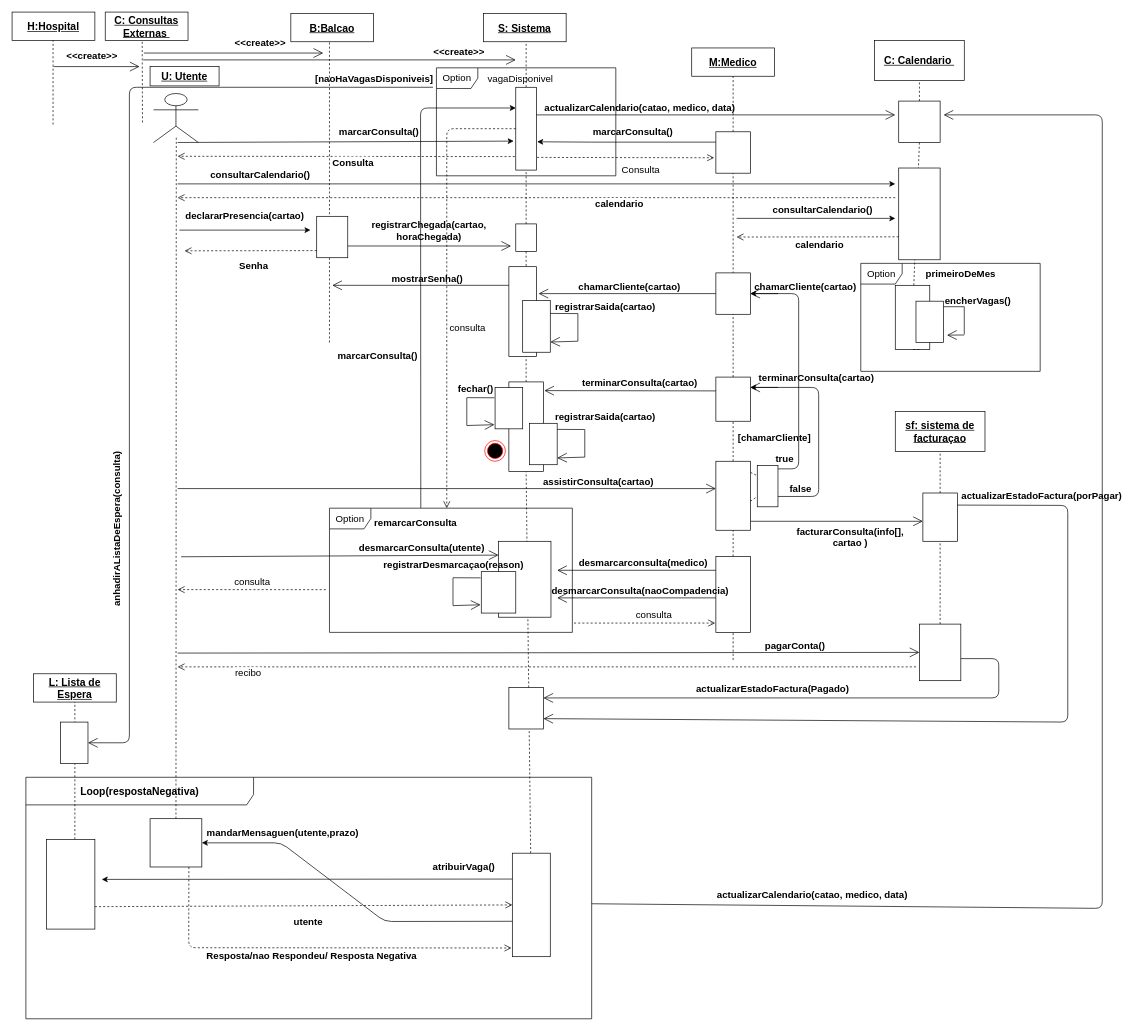
The draw.io diagram DiagramaDeSequencia.drawio in getSierralta/Si-Centro-Hospitalar-Upskill, before the edit. Source tidied: cells renumbered, new cells numbered last; positions are measured from the earlier drawing's top-left corner, leaving out a move shared by most shapes. Both pictures are drawn from the tidied source at 69%, with x=0, y=0 at pixel (12, 12).
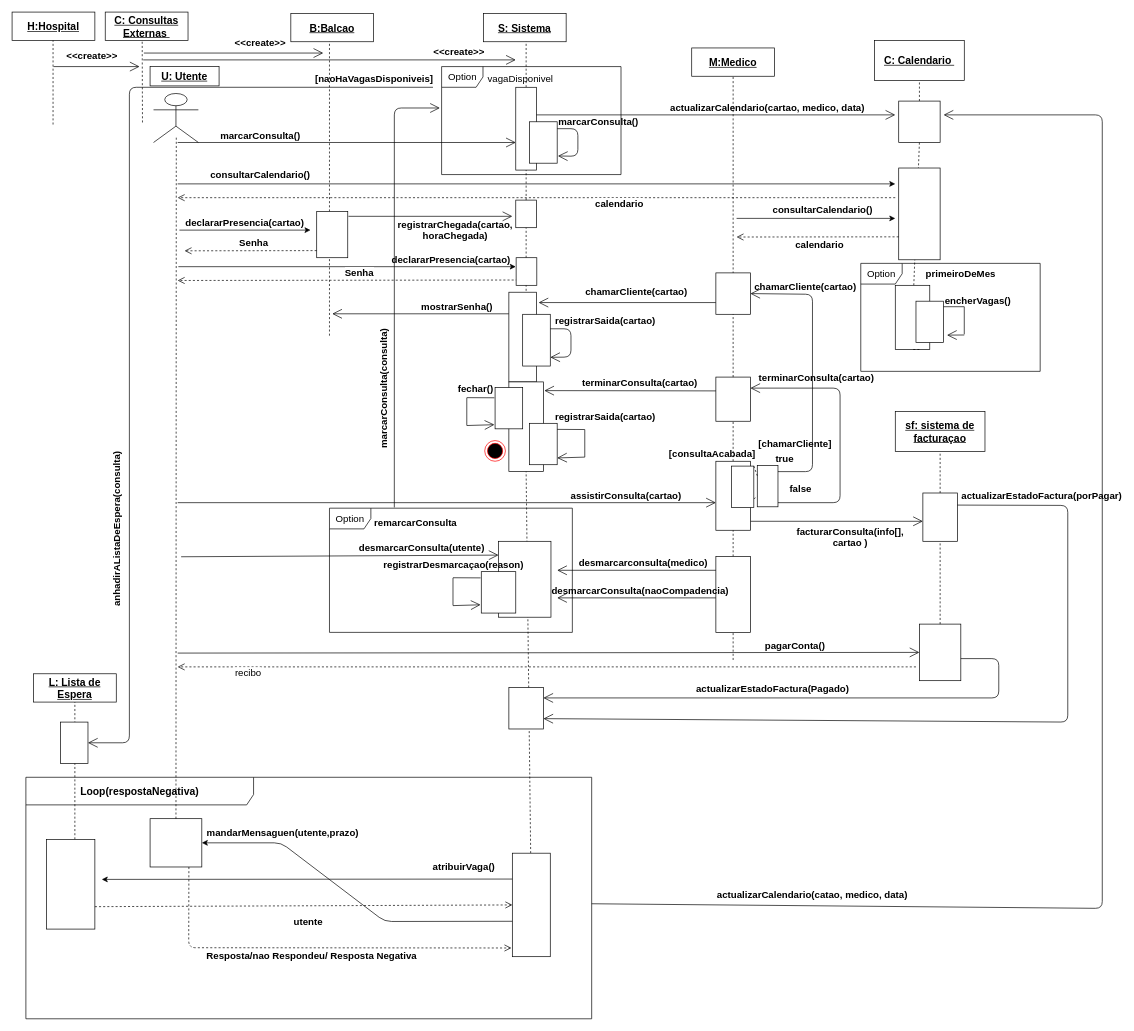
Above is the later version.

Commit message (it also covers changes not shown here):
ver 4. Declarar presencia automaticamente, correcçao no medico

Unchanged cells that the change refers to:
```xml
<mxCell id="3" value="M:Medico" style="text;html=1;align=center;verticalAlign=middle;whiteSpace=wrap;rounded=0;fontStyle=5;fillColor=#ffffff;strokeColor=#000000;fontSize=15;" parent="1" vertex="1">
  <mxGeometry x="985" y="52" width="120" height="41" as="geometry" />
</mxCell>
<mxCell id="40" style="rounded=0;whiteSpace=wrap;html=1;" parent="1" vertex="1">
  <mxGeometry x="1080" y="657" width="30" height="60" as="geometry" />
</mxCell>
<mxCell id="50" style="rounded=0;whiteSpace=wrap;html=1;" parent="1" vertex="1">
  <mxGeometry x="1020" y="529" width="50" height="64" as="geometry" />
</mxCell>
<mxCell id="56" style="rounded=0;whiteSpace=wrap;html=1;" parent="1" vertex="1">
  <mxGeometry x="1020" y="651" width="50" height="100" as="geometry" />
</mxCell>
<mxCell id="64" style="rounded=0;whiteSpace=wrap;html=1;" parent="1" vertex="1">
  <mxGeometry x="730" y="109" width="30" height="120" as="geometry" />
</mxCell>
<mxCell id="70" style="rounded=0;whiteSpace=wrap;html=1;strokeColor=#000000;fillColor=#ffffff;" parent="1" vertex="1">
  <mxGeometry x="1020" y="789" width="50" height="110" as="geometry" />
</mxCell>
<mxCell id="103" style="rounded=0;whiteSpace=wrap;html=1;" parent="1" vertex="1">
  <mxGeometry x="1020" y="378" width="50" height="60" as="geometry" />
</mxCell>
<mxCell id="124" value="Option" style="shape=umlFrame;whiteSpace=wrap;html=1;strokeColor=#000000;fillColor=#ffffff;fontSize=14;" parent="1" vertex="1">
  <mxGeometry x="460" y="719" width="352" height="180" as="geometry" />
</mxCell>
```

The edit, as a diff of the source:
```diff
@@
+    <mxCell id="144" value="Option" style="shape=umlFrame;whiteSpace=wrap;html=1;strokeColor=#000000;fillColor=#ffffff;fontSize=14;" parent="1" vertex="1">
+      <mxGeometry x="622.5" y="79" width="260" height="156.5" as="geometry" />
+    </mxCell>
@@
-    <mxCell id="6" style="endArrow=none;dashed=1;html=1;entryX=0.5;entryY=1;entryDx=0;entryDy=0;" parent="1" edge="1" source="98" target="3">
-      <mxGeometry relative="1" as="geometry" />
+    <mxCell id="6" style="endArrow=none;dashed=1;html=1;entryX=0.5;entryY=1;entryDx=0;entryDy=0;" parent="1" edge="1" target="3">
+      <mxGeometry relative="1" as="geometry">
+        <mxPoint x="1045" y="229" as="sourcePoint" />
+      </mxGeometry>
     </mxCell>
@@
     <mxCell id="8" value="declararPresencia(cartao)" style="text;html=1;strokeColor=none;fillColor=none;align=center;verticalAlign=middle;whiteSpace=wrap;rounded=0;fontStyle=1;fontSize=14;" parent="1" vertex="1">
-      <mxGeometry x="255" y="286" width="165" height="20" as="geometry" />
+      <mxGeometry x="255" y="296" width="165" height="20" as="geometry" />
     </mxCell>
     <mxCell id="9" style="endArrow=open;endFill=1;endSize=12;html=1;" parent="1" edge="1">
       <mxGeometry relative="1" as="geometry">
-        <mxPoint x="485.8" y="339" as="sourcePoint" />
-        <mxPoint x="723.2" y="339" as="targetPoint" />
+        <mxPoint x="487.5" y="296" as="sourcePoint" />
+        <mxPoint x="725" y="296" as="targetPoint" />
       </mxGeometry>
     </mxCell>
     <mxCell id="10" style="rounded=0;whiteSpace=wrap;html=1;" parent="1" vertex="1">
-      <mxGeometry x="730" y="307" width="30" height="40" as="geometry" />
+      <mxGeometry x="730" y="272.5" width="30" height="40" as="geometry" />
     </mxCell>
@@
     <mxCell id="12" style="endArrow=open;endFill=1;endSize=12;html=1;" parent="1" edge="1">
       <mxGeometry relative="1" as="geometry">
-        <mxPoint x="720" y="396" as="sourcePoint" />
-        <mxPoint x="464" y="396" as="targetPoint" />
+        <mxPoint x="720" y="437.3" as="sourcePoint" />
+        <mxPoint x="464" y="437.3" as="targetPoint" />
       </mxGeometry>
     </mxCell>
     <mxCell id="13" style="rounded=0;whiteSpace=wrap;html=1;" parent="1" vertex="1">
-      <mxGeometry x="720" y="369" width="40" height="130" as="geometry" />
+      <mxGeometry x="720" y="406" width="40" height="130" as="geometry" />
     </mxCell>
     <mxCell id="14" value="mostrarSenha()" style="text;html=1;strokeColor=none;fillColor=none;align=center;verticalAlign=middle;whiteSpace=wrap;rounded=0;fontStyle=1;fontSize=14;" parent="1" vertex="1">
-      <mxGeometry x="552" y="376" width="100" height="20" as="geometry" />
+      <mxGeometry x="595" y="418" width="100" height="20" as="geometry" />
     </mxCell>
-    <mxCell id="15" style="endArrow=open;endFill=1;endSize=12;html=1;exitX=0;exitY=0.5;exitDx=0;exitDy=0;" parent="1" edge="1" source="103">
+    <mxCell id="15" style="endArrow=open;endFill=1;endSize=12;html=1;exitX=0;exitY=0.5;exitDx=0;exitDy=0;" parent="1" edge="1">
       <mxGeometry relative="1" as="geometry">
-        <mxPoint x="763" y="408" as="targetPoint" />
+        <mxPoint x="1020" y="421" as="sourcePoint" />
+        <mxPoint x="763" y="421" as="targetPoint" />
       </mxGeometry>
     </mxCell>
     <mxCell id="16" value="chamarCliente(cartao)" style="text;html=1;strokeColor=none;fillColor=none;align=center;verticalAlign=middle;whiteSpace=wrap;rounded=0;rotation=0;fontStyle=1;fontSize=14;" parent="1" vertex="1">
-      <mxGeometry x="840" y="389" width="110" height="20" as="geometry" />
+      <mxGeometry x="850" y="396" width="110" height="20" as="geometry" />
     </mxCell>
     <mxCell id="17" style="rounded=0;whiteSpace=wrap;html=1;" parent="1" vertex="1">
-      <mxGeometry x="740" y="418" width="40" height="75" as="geometry" />
+      <mxGeometry x="740" y="438" width="40" height="75" as="geometry" />
     </mxCell>
-    <mxCell id="18" style="endArrow=none;html=1;exitX=1;exitY=0.25;exitDx=0;exitDy=0;" parent="1" edge="1" source="17">
-      <mxGeometry relative="1" as="geometry">
-        <mxPoint x="820" y="437" as="targetPoint" />
-      </mxGeometry>
-    </mxCell>
-    <mxCell id="19" style="endArrow=none;html=1;" parent="1" edge="1">
-      <mxGeometry relative="1" as="geometry">
-        <mxPoint x="820" y="477" as="sourcePoint" />
-        <mxPoint x="820" y="437" as="targetPoint" />
-      </mxGeometry>
-    </mxCell>
-    <mxCell id="20" style="endArrow=open;endFill=1;endSize=12;html=1;entryX=1;entryY=0.75;entryDx=0;entryDy=0;" parent="1" edge="1">
-      <mxGeometry relative="1" as="geometry">
-        <mxPoint x="820" y="477" as="sourcePoint" />
-        <mxPoint x="780" y="478.2" as="targetPoint" />
-      </mxGeometry>
-    </mxCell>
@@
     <mxCell id="33" style="endArrow=open;endFill=1;endSize=12;html=1;" parent="1" edge="1">
       <mxGeometry relative="1" as="geometry">
-        <mxPoint x="240" y="690.6" as="sourcePoint" />
-        <mxPoint x="1020" y="690.6" as="targetPoint" />
+        <mxPoint x="240" y="711" as="sourcePoint" />
+        <mxPoint x="1020" y="711" as="targetPoint" />
       </mxGeometry>
     </mxCell>
     <mxCell id="34" value="assistirConsulta(cartao)" style="text;html=1;strokeColor=none;fillColor=none;align=center;verticalAlign=middle;whiteSpace=wrap;rounded=0;fontStyle=1;fontSize=14;" parent="1" vertex="1">
-      <mxGeometry x="790" y="671" width="120" height="20" as="geometry" />
+      <mxGeometry x="830" y="691" width="120" height="20" as="geometry" />
     </mxCell>
-    <mxCell id="35" style="endArrow=open;endFill=1;endSize=12;html=1;" parent="1" edge="1">
-      <mxGeometry relative="1" as="geometry">
-        <mxPoint x="1110" y="408" as="sourcePoint" />
-        <mxPoint x="1070" y="408" as="targetPoint" />
-      </mxGeometry>
-    </mxCell>
@@
-    <mxCell id="37" style="endArrow=classic;html=1;entryX=1;entryY=0.5;entryDx=0;entryDy=0;" parent="1" edge="1" target="103">
-      <mxGeometry relative="1" as="geometry">
-        <mxPoint x="1110" y="662" as="sourcePoint" />
-        <Array as="points">
-          <mxPoint x="1140" y="662" />
-          <mxPoint x="1140" y="408" />
-        </Array>
-      </mxGeometry>
-    </mxCell>
@@
-    <mxCell id="41" style="endArrow=none;dashed=1;html=1;exitX=1.004;exitY=0.161;exitDx=0;exitDy=0;entryX=0;entryY=0.25;entryDx=0;entryDy=0;exitPerimeter=0;" parent="1" edge="1" source="56" target="40">
+    <mxCell id="41" style="endArrow=none;dashed=1;html=1;exitX=1;exitY=0;exitDx=0;exitDy=0;entryX=0;entryY=0.25;entryDx=0;entryDy=0;" parent="1" edge="1" source="172" target="40">
       <mxGeometry relative="1" as="geometry" />
     </mxCell>
@@
-    <mxCell id="43" value="[chamarCliente]" style="text;html=1;strokeColor=none;fillColor=none;align=center;verticalAlign=middle;whiteSpace=wrap;rounded=0;fontStyle=1;fontSize=14;" parent="1" vertex="1">
-      <mxGeometry x="1060" y="607" width="90" height="20" as="geometry" />
-    </mxCell>
-    <mxCell id="44" style="endArrow=classic;html=1;exitX=1;exitY=0.75;exitDx=0;exitDy=0;" parent="1" edge="1" source="40">
-      <mxGeometry relative="1" as="geometry">
-        <mxPoint x="1070" y="544" as="targetPoint" />
-        <Array as="points">
-          <mxPoint x="1169" y="702" />
-          <mxPoint x="1169" y="544" />
-        </Array>
-      </mxGeometry>
-    </mxCell>
-    <mxCell id="45" style="endArrow=open;endFill=1;endSize=12;html=1;" parent="1" edge="1">
-      <mxGeometry relative="1" as="geometry">
-        <mxPoint x="1110" y="544" as="sourcePoint" />
-        <mxPoint x="1070" y="544" as="targetPoint" />
-      </mxGeometry>
-    </mxCell>
@@
     <mxCell id="58" value="marcarConsulta()" style="text;html=1;strokeColor=none;fillColor=none;align=center;verticalAlign=middle;whiteSpace=wrap;rounded=0;fontStyle=1;fontSize=14;" parent="1" vertex="1">
-      <mxGeometry x="471.5" y="164" width="120" height="20" as="geometry" />
+      <mxGeometry x="300" y="169" width="120" height="20" as="geometry" />
     </mxCell>
@@
     <mxCell id="79" value="registrarSaida(cartao)" style="text;html=1;strokeColor=none;fillColor=none;align=center;verticalAlign=middle;whiteSpace=wrap;rounded=0;rotation=0;fontStyle=1;fontSize=14;" parent="1" vertex="1">
-      <mxGeometry x="800" y="418" width="120" height="20" as="geometry" />
+      <mxGeometry x="800" y="438" width="120" height="20" as="geometry" />
     </mxCell>
@@
-    <mxCell id="84" value="marcarConsulta()" style="text;html=1;strokeColor=none;fillColor=none;align=center;verticalAlign=middle;whiteSpace=wrap;rounded=0;fontStyle=1;fontSize=14;" parent="1" vertex="1">
-      <mxGeometry x="840" y="164" width="120" height="20" as="geometry" />
-    </mxCell>
     <mxCell id="85" style="endArrow=none;dashed=1;html=1;entryX=0.5;entryY=1;entryDx=0;entryDy=0;" parent="1" edge="1">
       <mxGeometry relative="1" as="geometry">
-        <mxPoint x="460" y="479" as="sourcePoint" />
+        <mxPoint x="460" y="469" as="sourcePoint" />
         <mxPoint x="460" y="40" as="targetPoint" />
       </mxGeometry>
     </mxCell>
     <mxCell id="86" style="rounded=0;whiteSpace=wrap;html=1;" parent="1" vertex="1">
-      <mxGeometry x="441.5" y="296" width="45" height="60" as="geometry" />
+      <mxGeometry x="441.5" y="289" width="45" height="67" as="geometry" />
     </mxCell>
@@
-    <mxCell id="97" style="edgeStyle=orthogonalEdgeStyle;rounded=0;orthogonalLoop=1;jettySize=auto;html=1;exitX=0;exitY=0.5;exitDx=0;exitDy=0;fontSize=14;" parent="1" edge="1">
-      <mxGeometry relative="1" as="geometry">
-        <mxPoint x="1020" y="188.5" as="sourcePoint" />
-        <mxPoint x="761" y="188" as="targetPoint" />
-        <Array as="points">
-          <mxPoint x="840" y="188" />
-          <mxPoint x="840" y="188" />
-        </Array>
-      </mxGeometry>
-    </mxCell>
-    <mxCell id="98" style="rounded=0;whiteSpace=wrap;html=1;strokeColor=#000000;fillColor=#ffffff;" parent="1" vertex="1">
-      <mxGeometry x="1020" y="173.5" width="50" height="60" as="geometry" />
-    </mxCell>
-    <mxCell id="99" style="endArrow=none;dashed=1;html=1;entryX=0.5;entryY=1;entryDx=0;entryDy=0;exitX=0.5;exitY=0;exitDx=0;exitDy=0;" parent="1" edge="1" source="50" target="98">
-      <mxGeometry relative="1" as="geometry" />
+    <mxCell id="99" style="endArrow=none;dashed=1;html=1;entryX=0.5;entryY=1;entryDx=0;entryDy=0;exitX=0.5;exitY=0;exitDx=0;exitDy=0;" parent="1" edge="1" source="50">
+      <mxGeometry relative="1" as="geometry">
+        <mxPoint x="1045" y="229" as="targetPoint" />
+      </mxGeometry>
     </mxCell>
@@
-    <mxCell id="102" value="&lt;b style=&quot;font-size: 14px;&quot;&gt;actualizarCalendario(catao, medico, data)&lt;/b&gt;" style="text;html=1;strokeColor=none;fillColor=none;align=center;verticalAlign=middle;whiteSpace=wrap;rounded=0;fontSize=14;" parent="1" vertex="1">
-      <mxGeometry x="740" y="129" width="340" height="20" as="geometry" />
+    <mxCell id="102" value="&lt;b style=&quot;font-size: 14px&quot;&gt;actualizarCalendario(cartao, medico, data)&lt;/b&gt;" style="text;html=1;strokeColor=none;fillColor=none;align=center;verticalAlign=middle;whiteSpace=wrap;rounded=0;fontSize=14;" parent="1" vertex="1">
+      <mxGeometry x="925" y="129" width="340" height="20" as="geometry" />
     </mxCell>
@@
-    <mxCell id="105" style="endArrow=classic;html=1;fontSize=14;" parent="1" edge="1">
-      <mxGeometry relative="1" as="geometry">
-        <mxPoint x="240" y="189" as="sourcePoint" />
-        <mxPoint x="727" y="187" as="targetPoint" />
-      </mxGeometry>
-    </mxCell>
     <mxCell id="106" value="&lt;b&gt;Senha&lt;/b&gt;" style="html=1;verticalAlign=bottom;endArrow=open;dashed=1;endSize=8;fontSize=14;" parent="1" edge="1">
-      <mxGeometry x="-0.04" y="33" relative="1" as="geometry">
+      <mxGeometry x="-0.04" relative="1" as="geometry">
         <mxPoint x="441.5" y="345.7" as="sourcePoint" />
         <mxPoint x="250" y="346" as="targetPoint" />
       </mxGeometry>
     </mxCell>
-    <mxCell id="107" value="&lt;b&gt;Consulta&lt;/b&gt;" style="html=1;verticalAlign=bottom;endArrow=open;dashed=1;endSize=8;fontSize=14;exitX=-0.044;exitY=0.837;exitDx=0;exitDy=0;exitPerimeter=0;" parent="1" edge="1" source="64">
-      <mxGeometry x="-0.04" y="20" relative="1" as="geometry">
-        <mxPoint x="240" y="209" as="targetPoint" />
-      </mxGeometry>
-    </mxCell>
@@
-    <mxCell id="126" style="endArrow=classic;html=1;fontSize=14;exitX=0.376;exitY=-0.002;exitDx=0;exitDy=0;exitPerimeter=0;entryX=0;entryY=0.25;entryDx=0;entryDy=0;" parent="1" edge="1" source="124" target="64">
-      <mxGeometry relative="1" as="geometry">
-        <Array as="points">
-          <mxPoint x="592" y="139" />
-        </Array>
-      </mxGeometry>
-    </mxCell>
-    <mxCell id="127" value="marcarConsulta()" style="text;html=1;strokeColor=none;fillColor=none;align=center;verticalAlign=middle;whiteSpace=wrap;rounded=0;fontStyle=1;fontSize=14;rotation=0;" parent="1" vertex="1">
-      <mxGeometry x="470" y="489" width="120" height="20" as="geometry" />
+    <mxCell id="127" value="marcarConsulta(consulta)" style="text;html=1;strokeColor=none;fillColor=none;align=center;verticalAlign=middle;whiteSpace=wrap;rounded=0;fontStyle=1;fontSize=14;rotation=-90;" parent="1" vertex="1">
+      <mxGeometry x="439.5" y="536" width="200" height="20" as="geometry" />
     </mxCell>
-    <mxCell id="128" value="consulta" style="html=1;verticalAlign=bottom;endArrow=open;dashed=1;endSize=8;fontSize=14;exitX=0;exitY=0.5;exitDx=0;exitDy=0;" parent="1" edge="1" source="64">
-      <mxGeometry x="0.23" y="30" relative="1" as="geometry">
-        <mxPoint x="630" y="719" as="targetPoint" />
-        <Array as="points">
-          <mxPoint x="630" y="169" />
-        </Array>
-      </mxGeometry>
-    </mxCell>
     <mxCell id="129" value="registrarChegada(cartao, horaChegada)" style="text;html=1;strokeColor=none;fillColor=none;align=center;verticalAlign=middle;whiteSpace=wrap;rounded=0;fontStyle=1;fontSize=14;" parent="1" vertex="1">
-      <mxGeometry x="524" y="307" width="161" height="20" as="geometry" />
+      <mxGeometry x="561.5" y="306" width="161" height="20" as="geometry" />
     </mxCell>
-    <mxCell id="130" value="consulta" style="html=1;verticalAlign=bottom;endArrow=open;dashed=1;endSize=8;fontSize=14;exitX=-0.015;exitY=0.656;exitDx=0;exitDy=0;exitPerimeter=0;" parent="1" edge="1" source="124">
-      <mxGeometry relative="1" as="geometry">
-        <mxPoint x="240" y="837" as="targetPoint" />
-      </mxGeometry>
-    </mxCell>
@@
-    <mxCell id="132" value="consulta" style="html=1;verticalAlign=bottom;endArrow=open;dashed=1;endSize=8;fontSize=14;entryX=-0.02;entryY=0.877;entryDx=0;entryDy=0;entryPerimeter=0;exitX=1.007;exitY=0.925;exitDx=0;exitDy=0;exitPerimeter=0;" parent="1" edge="1" source="124" target="70">
-      <mxGeometry x="0.13" relative="1" as="geometry" />
-    </mxCell>
@@
-    <mxCell id="143" value="Consulta" style="html=1;verticalAlign=bottom;endArrow=open;dashed=1;endSize=8;fontSize=14;exitX=1.03;exitY=0.847;exitDx=0;exitDy=0;exitPerimeter=0;entryX=-0.051;entryY=0.627;entryDx=0;entryDy=0;entryPerimeter=0;" parent="1" edge="1" source="64" target="98">
-      <mxGeometry x="0.16" y="-28" relative="1" as="geometry">
-        <mxPoint x="1" as="offset" />
-      </mxGeometry>
-    </mxCell>
-    <mxCell id="144" value="Option" style="shape=umlFrame;whiteSpace=wrap;html=1;strokeColor=#000000;fillColor=#ffffff;fontSize=14;" parent="1" vertex="1">
-      <mxGeometry x="615" y="80.8" width="260" height="156.5" as="geometry" />
-    </mxCell>
@@
+    <mxCell id="161" style="rounded=0;whiteSpace=wrap;html=1;" parent="1" vertex="1">
+      <mxGeometry x="750" y="159" width="40" height="60" as="geometry" />
+    </mxCell>
+    <mxCell id="162" style="endArrow=open;endFill=1;endSize=12;html=1;entryX=0;entryY=0.667;entryDx=0;entryDy=0;entryPerimeter=0;" parent="1" edge="1" target="64">
+      <mxGeometry relative="1" as="geometry">
+        <mxPoint x="240" y="189" as="sourcePoint" />
+      </mxGeometry>
+    </mxCell>
+    <mxCell id="163" style="endArrow=open;endFill=1;endSize=12;html=1;exitX=0.267;exitY=-0.006;exitDx=0;exitDy=0;exitPerimeter=0;" parent="1" edge="1" source="124">
+      <mxGeometry relative="1" as="geometry">
+        <mxPoint x="620" y="139" as="targetPoint" />
+        <Array as="points">
+          <mxPoint x="554" y="139" />
+        </Array>
+      </mxGeometry>
+    </mxCell>
+    <mxCell id="164" style="endArrow=open;endFill=1;endSize=12;html=1;entryX=1.027;entryY=0.826;entryDx=0;entryDy=0;entryPerimeter=0;" parent="1" edge="1" target="161">
+      <mxGeometry relative="1" as="geometry">
+        <mxPoint x="790" y="169" as="sourcePoint" />
+        <Array as="points">
+          <mxPoint x="820" y="169" />
+          <mxPoint x="820" y="209" />
+        </Array>
+      </mxGeometry>
+    </mxCell>
+    <mxCell id="84" value="marcarConsulta()" style="text;html=1;strokeColor=none;fillColor=none;align=center;verticalAlign=middle;whiteSpace=wrap;rounded=0;fontStyle=1;fontSize=14;" parent="1" vertex="1">
+      <mxGeometry x="790" y="149" width="120" height="20" as="geometry" />
+    </mxCell>
+    <mxCell id="165" style="endArrow=open;endFill=1;endSize=12;html=1;entryX=1.001;entryY=0.831;entryDx=0;entryDy=0;entryPerimeter=0;" parent="1" edge="1" target="17">
+      <mxGeometry relative="1" as="geometry">
+        <mxPoint x="780" y="459" as="sourcePoint" />
+        <Array as="points">
+          <mxPoint x="810" y="459" />
+          <mxPoint x="810" y="500" />
+        </Array>
+      </mxGeometry>
+    </mxCell>
+    <mxCell id="166" style="endArrow=classic;html=1;" parent="1" edge="1">
+      <mxGeometry relative="1" as="geometry">
+        <mxPoint x="241" y="369" as="sourcePoint" />
+        <mxPoint x="730" y="369" as="targetPoint" />
+      </mxGeometry>
+    </mxCell>
+    <mxCell id="167" value="declararPresencia(cartao)" style="text;html=1;strokeColor=none;fillColor=none;align=center;verticalAlign=middle;whiteSpace=wrap;rounded=0;fontStyle=1;fontSize=14;" parent="1" vertex="1">
+      <mxGeometry x="553.5" y="349" width="165" height="20" as="geometry" />
+    </mxCell>
+    <mxCell id="168" value="&lt;b&gt;Senha&lt;/b&gt;" style="html=1;verticalAlign=bottom;endArrow=open;dashed=1;endSize=8;fontSize=14;" parent="1" edge="1">
+      <mxGeometry x="-0.04" relative="1" as="geometry">
+        <mxPoint x="745" y="388.3" as="sourcePoint" />
+        <mxPoint x="240" y="389" as="targetPoint" />
+      </mxGeometry>
+    </mxCell>
+    <mxCell id="169" style="rounded=0;whiteSpace=wrap;html=1;" parent="1" vertex="1">
+      <mxGeometry x="730.5" y="356" width="30" height="40" as="geometry" />
+    </mxCell>
+    <mxCell id="43" value="[chamarCliente]" style="text;html=1;strokeColor=none;fillColor=none;align=center;verticalAlign=middle;whiteSpace=wrap;rounded=0;fontStyle=1;fontSize=14;" parent="1" vertex="1">
+      <mxGeometry x="1090" y="616" width="90" height="20" as="geometry" />
+    </mxCell>
+    <mxCell id="170" style="endArrow=open;endFill=1;endSize=12;html=1;entryX=1;entryY=0.5;entryDx=0;entryDy=0;" parent="1" edge="1" target="103">
+      <mxGeometry relative="1" as="geometry">
+        <mxPoint x="1110" y="666" as="sourcePoint" />
+        <Array as="points">
+          <mxPoint x="1160" y="666" />
+          <mxPoint x="1160" y="409" />
+        </Array>
+      </mxGeometry>
+    </mxCell>
+    <mxCell id="171" style="endArrow=open;endFill=1;endSize=12;html=1;entryX=1;entryY=0.25;entryDx=0;entryDy=0;" parent="1" edge="1" target="50">
+      <mxGeometry relative="1" as="geometry">
+        <mxPoint x="1110" y="711" as="sourcePoint" />
+        <Array as="points">
+          <mxPoint x="1200" y="711" />
+          <mxPoint x="1200" y="545" />
+        </Array>
+      </mxGeometry>
+    </mxCell>
+    <mxCell id="172" style="rounded=0;whiteSpace=wrap;html=1;" parent="1" vertex="1">
+      <mxGeometry x="1042.5" y="658" width="32.5" height="60" as="geometry" />
+    </mxCell>
+    <mxCell id="173" value="&lt;b&gt;&lt;font style=&quot;font-size: 14px&quot;&gt;[consultaAcabada]&lt;/font&gt;&lt;/b&gt;" style="text;html=1;strokeColor=none;fillColor=none;align=center;verticalAlign=middle;whiteSpace=wrap;rounded=0;" parent="1" vertex="1">
+      <mxGeometry x="940" y="631" width="150" height="20" as="geometry" />
+    </mxCell>
```
